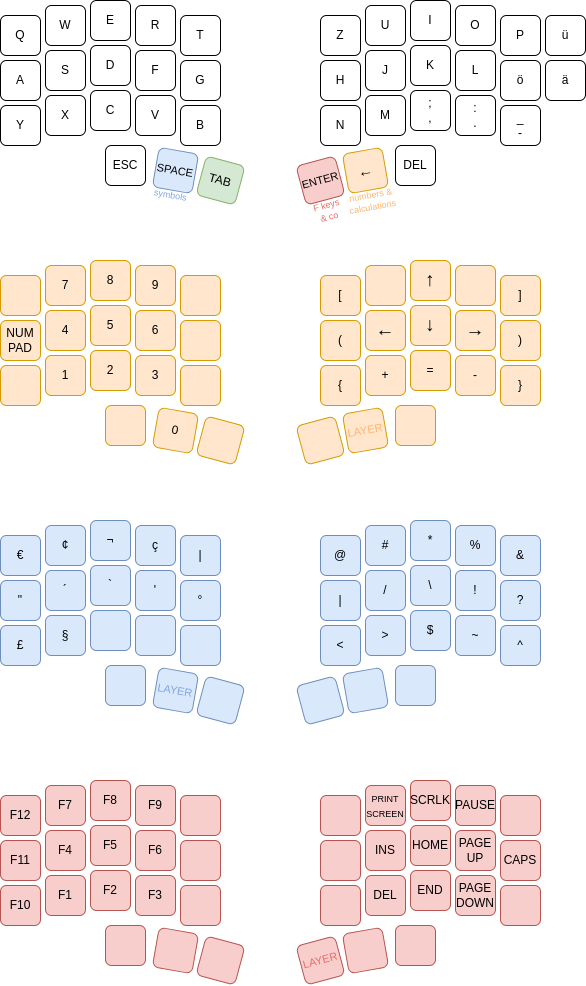
Above: images/keymapping_drawio.png in JanaUnderground/ergo68 (draw.io), before the change. Source tidied: cells renumbered, new cells last; positions are measured from the earlier drawing's top-left corner, leaving out a move shared by most shapes.
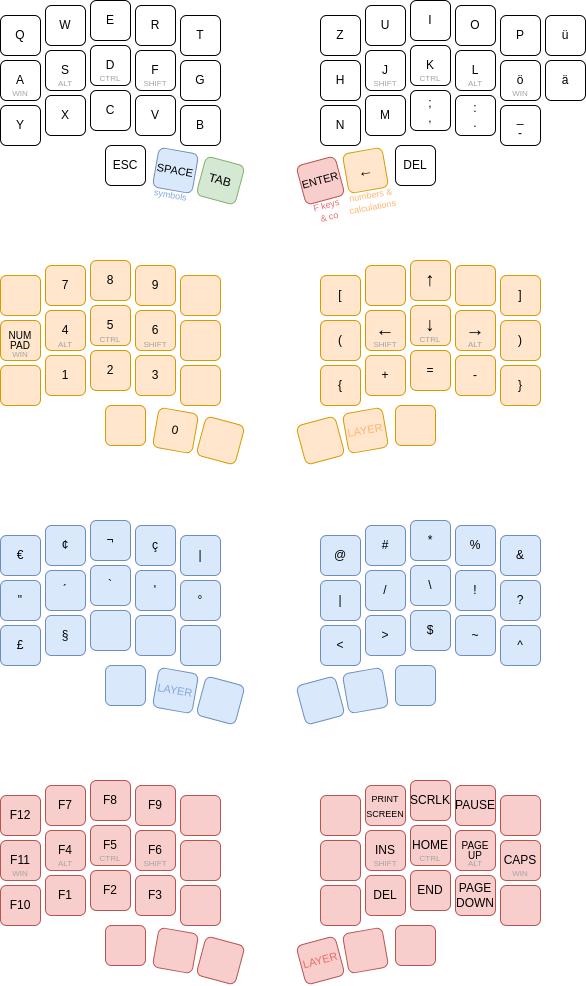
Later version of the same file.

Commit message:
Adding hold functions to drawio

Change to the diagram source:
```diff
@@ -131,7 +131,7 @@
     <mxCell id="44" style="rounded=1;whiteSpace=wrap;html=1;fillColor=#ffe6cc;strokeColor=#d79b00;" parent="1" vertex="1">
       <mxGeometry x="180" y="275" width="40" height="40" as="geometry" />
     </mxCell>
-    <mxCell id="45" value="NUM&lt;br&gt;PAD" style="rounded=1;whiteSpace=wrap;html=1;fillColor=#ffe6cc;strokeColor=#d79b00;" parent="1" vertex="1">
+    <mxCell id="45" value="&lt;p style=&quot;line-height: 80%;&quot;&gt;&lt;font style=&quot;font-size: 10px;&quot;&gt;NUM&lt;br&gt;PAD&lt;/font&gt;&lt;/p&gt;" style="rounded=1;whiteSpace=wrap;html=1;fillColor=#ffe6cc;strokeColor=#d79b00;" parent="1" vertex="1">
       <mxGeometry y="320" width="40" height="40" as="geometry" />
     </mxCell>
     <mxCell id="46" value="4" style="rounded=1;whiteSpace=wrap;html=1;fillColor=#ffe6cc;strokeColor=#d79b00;" parent="1" vertex="1">
@@ -410,7 +410,7 @@
     <mxCell id="137" value="HOME" style="rounded=1;whiteSpace=wrap;html=1;fillColor=#f8cecc;strokeColor=#b85450;" parent="1" vertex="1">
       <mxGeometry x="410" y="825" width="40" height="40" as="geometry" />
     </mxCell>
-    <mxCell id="138" value="PAGE&lt;br&gt;UP" style="rounded=1;whiteSpace=wrap;html=1;fillColor=#f8cecc;strokeColor=#b85450;" parent="1" vertex="1">
+    <mxCell id="138" value="&lt;p style=&quot;line-height: 70%;&quot;&gt;&lt;font style=&quot;font-size: 10px;&quot;&gt;PAGE&lt;br&gt;UP&lt;/font&gt;&lt;/p&gt;" style="rounded=1;whiteSpace=wrap;html=1;fillColor=#f8cecc;strokeColor=#b85450;" parent="1" vertex="1">
       <mxGeometry x="455" y="830" width="40" height="40" as="geometry" />
     </mxCell>
     <mxCell id="139" value="CAPS" style="rounded=1;whiteSpace=wrap;html=1;fillColor=#f8cecc;strokeColor=#b85450;" parent="1" vertex="1">
@@ -449,5 +449,74 @@
     <mxCell id="150" value="&lt;p style=&quot;line-height: 90%;&quot;&gt;&lt;font style=&quot;font-size: 9px;&quot;&gt;F keys&lt;br&gt;&amp;amp; co&lt;br&gt;&lt;/font&gt;&lt;/p&gt;" style="text;html=1;strokeColor=none;fillColor=none;align=center;verticalAlign=middle;whiteSpace=wrap;rounded=0;rotation=-15;spacing=1;fontColor=#EA6B66;" parent="1" vertex="1">
       <mxGeometry x="280" y="195" width="95" height="30" as="geometry" />
     </mxCell>
+    <mxCell id="151" value="WIN" style="text;html=1;strokeColor=none;fillColor=none;align=center;verticalAlign=middle;whiteSpace=wrap;rounded=0;fontSize=8;fontColor=#A3A3A3;fontStyle=0;" parent="1" vertex="1">
+      <mxGeometry y="78" width="40" height="30" as="geometry" />
+    </mxCell>
+    <mxCell id="152" value="ALT" style="text;html=1;strokeColor=none;fillColor=none;align=center;verticalAlign=middle;whiteSpace=wrap;rounded=0;fontSize=8;fontColor=#A3A3A3;fontStyle=0;" parent="1" vertex="1">
+      <mxGeometry x="45" y="68" width="40" height="30" as="geometry" />
+    </mxCell>
+    <mxCell id="153" value="CTRL" style="text;html=1;strokeColor=none;fillColor=none;align=center;verticalAlign=middle;whiteSpace=wrap;rounded=0;fontSize=8;fontColor=#A3A3A3;fontStyle=0;" parent="1" vertex="1">
+      <mxGeometry x="90" y="63" width="40" height="30" as="geometry" />
+    </mxCell>
+    <mxCell id="154" value="SHIFT" style="text;html=1;strokeColor=none;fillColor=none;align=center;verticalAlign=middle;whiteSpace=wrap;rounded=0;fontSize=8;fontColor=#A3A3A3;fontStyle=0;" parent="1" vertex="1">
+      <mxGeometry x="135" y="68" width="40" height="30" as="geometry" />
+    </mxCell>
+    <mxCell id="155" value="WIN" style="text;html=1;strokeColor=none;fillColor=none;align=center;verticalAlign=middle;whiteSpace=wrap;rounded=0;fontSize=8;fontColor=#A3A3A3;fontStyle=0;" parent="1" vertex="1">
+      <mxGeometry x="500" y="78" width="40" height="30" as="geometry" />
+    </mxCell>
+    <mxCell id="156" value="ALT" style="text;html=1;strokeColor=none;fillColor=none;align=center;verticalAlign=middle;whiteSpace=wrap;rounded=0;fontSize=8;fontColor=#A3A3A3;fontStyle=0;" parent="1" vertex="1">
+      <mxGeometry x="455" y="68" width="40" height="30" as="geometry" />
+    </mxCell>
+    <mxCell id="157" value="CTRL" style="text;html=1;strokeColor=none;fillColor=none;align=center;verticalAlign=middle;whiteSpace=wrap;rounded=0;fontSize=8;fontColor=#A3A3A3;fontStyle=0;" parent="1" vertex="1">
+      <mxGeometry x="410" y="63" width="40" height="30" as="geometry" />
+    </mxCell>
+    <mxCell id="158" value="SHIFT" style="text;html=1;strokeColor=none;fillColor=none;align=center;verticalAlign=middle;whiteSpace=wrap;rounded=0;fontSize=8;fontColor=#A3A3A3;fontStyle=0;" parent="1" vertex="1">
+      <mxGeometry x="365" y="68" width="40" height="30" as="geometry" />
+    </mxCell>
+    <mxCell id="159" value="WIN" style="text;html=1;strokeColor=none;fillColor=none;align=center;verticalAlign=middle;whiteSpace=wrap;rounded=0;fontSize=8;fontColor=#A3A3A3;fontStyle=0;" parent="1" vertex="1">
+      <mxGeometry y="339" width="40" height="30" as="geometry" />
+    </mxCell>
+    <mxCell id="160" value="ALT" style="text;html=1;strokeColor=none;fillColor=none;align=center;verticalAlign=middle;whiteSpace=wrap;rounded=0;fontSize=8;fontColor=#A3A3A3;fontStyle=0;" parent="1" vertex="1">
+      <mxGeometry x="45" y="329" width="40" height="30" as="geometry" />
+    </mxCell>
+    <mxCell id="161" value="CTRL" style="text;html=1;strokeColor=none;fillColor=none;align=center;verticalAlign=middle;whiteSpace=wrap;rounded=0;fontSize=8;fontColor=#A3A3A3;fontStyle=0;" parent="1" vertex="1">
+      <mxGeometry x="90" y="324" width="40" height="30" as="geometry" />
+    </mxCell>
+    <mxCell id="162" value="SHIFT" style="text;html=1;strokeColor=none;fillColor=none;align=center;verticalAlign=middle;whiteSpace=wrap;rounded=0;fontSize=8;fontColor=#A3A3A3;fontStyle=0;" parent="1" vertex="1">
+      <mxGeometry x="135" y="329" width="40" height="30" as="geometry" />
+    </mxCell>
+    <mxCell id="163" value="ALT" style="text;html=1;strokeColor=none;fillColor=none;align=center;verticalAlign=middle;whiteSpace=wrap;rounded=0;fontSize=8;fontColor=#A3A3A3;fontStyle=0;" parent="1" vertex="1">
+      <mxGeometry x="455" y="329" width="40" height="30" as="geometry" />
+    </mxCell>
+    <mxCell id="164" value="CTRL" style="text;html=1;strokeColor=none;fillColor=none;align=center;verticalAlign=middle;whiteSpace=wrap;rounded=0;fontSize=8;fontColor=#A3A3A3;fontStyle=0;" parent="1" vertex="1">
+      <mxGeometry x="410" y="324" width="40" height="30" as="geometry" />
+    </mxCell>
+    <mxCell id="165" value="SHIFT" style="text;html=1;strokeColor=none;fillColor=none;align=center;verticalAlign=middle;whiteSpace=wrap;rounded=0;fontSize=8;fontColor=#A3A3A3;fontStyle=0;" parent="1" vertex="1">
+      <mxGeometry x="365" y="329" width="40" height="30" as="geometry" />
+    </mxCell>
+    <mxCell id="166" value="WIN" style="text;html=1;strokeColor=none;fillColor=none;align=center;verticalAlign=middle;whiteSpace=wrap;rounded=0;fontSize=8;fontColor=#A3A3A3;fontStyle=0;" parent="1" vertex="1">
+      <mxGeometry y="858" width="40" height="30" as="geometry" />
+    </mxCell>
+    <mxCell id="167" value="ALT" style="text;html=1;strokeColor=none;fillColor=none;align=center;verticalAlign=middle;whiteSpace=wrap;rounded=0;fontSize=8;fontColor=#A3A3A3;fontStyle=0;" parent="1" vertex="1">
+      <mxGeometry x="45" y="848" width="40" height="30" as="geometry" />
+    </mxCell>
+    <mxCell id="168" value="CTRL" style="text;html=1;strokeColor=none;fillColor=none;align=center;verticalAlign=middle;whiteSpace=wrap;rounded=0;fontSize=8;fontColor=#A3A3A3;fontStyle=0;" parent="1" vertex="1">
+      <mxGeometry x="90" y="843" width="40" height="30" as="geometry" />
+    </mxCell>
+    <mxCell id="169" value="SHIFT" style="text;html=1;strokeColor=none;fillColor=none;align=center;verticalAlign=middle;whiteSpace=wrap;rounded=0;fontSize=8;fontColor=#A3A3A3;fontStyle=0;" parent="1" vertex="1">
+      <mxGeometry x="135" y="848" width="40" height="30" as="geometry" />
+    </mxCell>
+    <mxCell id="170" value="WIN" style="text;html=1;strokeColor=none;fillColor=none;align=center;verticalAlign=middle;whiteSpace=wrap;rounded=0;fontSize=8;fontColor=#A3A3A3;fontStyle=0;" parent="1" vertex="1">
+      <mxGeometry x="500" y="858" width="40" height="30" as="geometry" />
+    </mxCell>
+    <mxCell id="171" value="ALT" style="text;html=1;strokeColor=none;fillColor=none;align=center;verticalAlign=middle;whiteSpace=wrap;rounded=0;fontSize=8;fontColor=#A3A3A3;fontStyle=0;" parent="1" vertex="1">
+      <mxGeometry x="455" y="848" width="40" height="30" as="geometry" />
+    </mxCell>
+    <mxCell id="172" value="CTRL" style="text;html=1;strokeColor=none;fillColor=none;align=center;verticalAlign=middle;whiteSpace=wrap;rounded=0;fontSize=8;fontColor=#A3A3A3;fontStyle=0;" parent="1" vertex="1">
+      <mxGeometry x="410" y="843" width="40" height="30" as="geometry" />
+    </mxCell>
+    <mxCell id="173" value="SHIFT" style="text;html=1;strokeColor=none;fillColor=none;align=center;verticalAlign=middle;whiteSpace=wrap;rounded=0;fontSize=8;fontColor=#A3A3A3;fontStyle=0;" parent="1" vertex="1">
+      <mxGeometry x="365" y="848" width="40" height="30" as="geometry" />
+    </mxCell>
   </root>
 </mxGraphModel>
```
